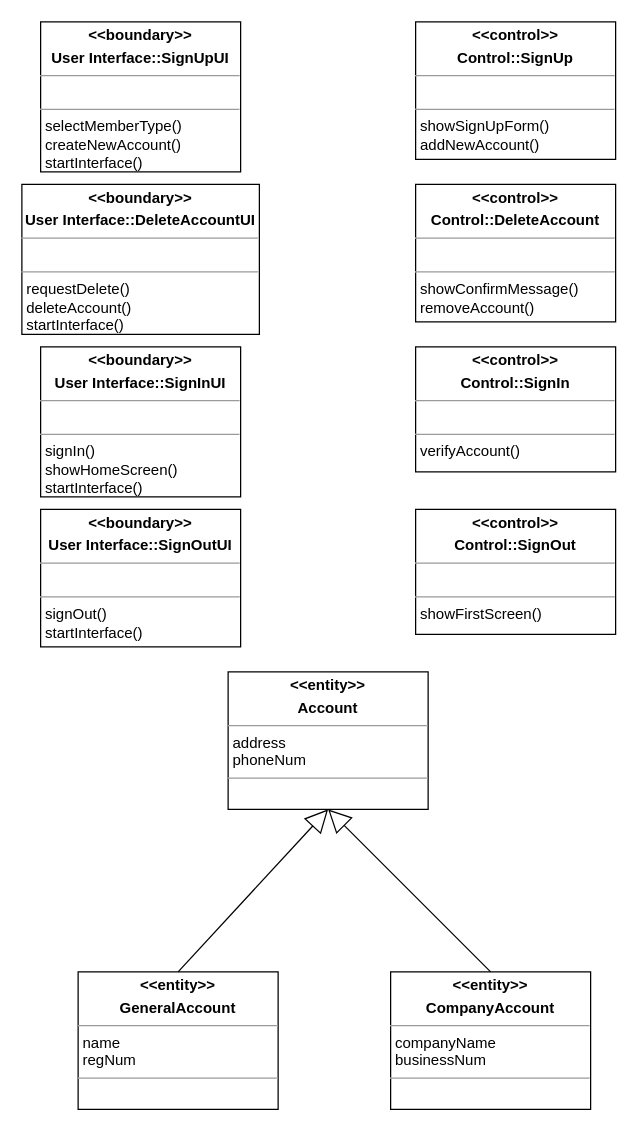
Before: page "Use case class diagram" (2 of 2) of user-auth/user-auth-diagram.drawio in KimTaemin-Git/SE2, a draw.io diagram. Source tidied: cells renumbered, new cells numbered last; positions are measured from the earlier drawing's top-left corner, leaving out a move shared by most shapes. Both pictures are drawn from the tidied source at 125%, with x=0, y=0 at pixel (21, 21).
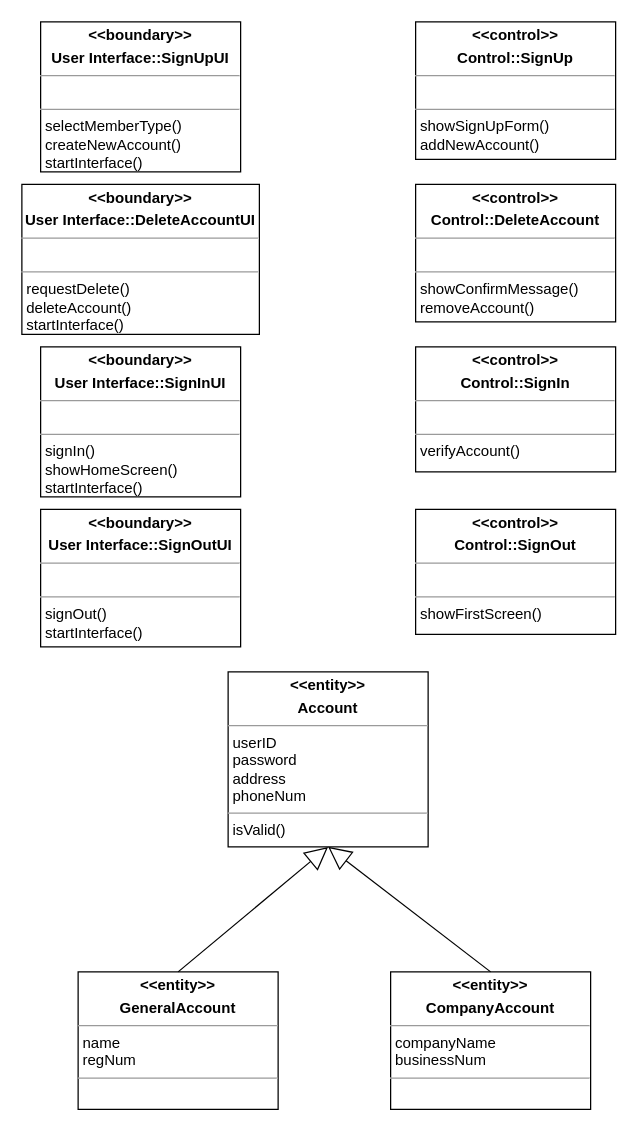
Above is the later version.

The edit, as a diff of the source:
```diff
@@
 <mxGraphModel>
   <root>
     <mxCell id="0" />
     <mxCell id="1" parent="0" />
     <mxCell id="2" value="&lt;p style=&quot;margin:0px;margin-top:4px;text-align:center;&quot;&gt;&lt;b&gt;&amp;lt;&amp;lt;boundary&amp;gt;&amp;gt;&lt;/b&gt;&lt;/p&gt;&lt;p style=&quot;margin:0px;margin-top:4px;text-align:center;&quot;&gt;&lt;b&gt;User Interface::SignUpUI&lt;/b&gt;&lt;/p&gt;&lt;hr size=&quot;1&quot;&gt;&lt;p style=&quot;margin:0px;margin-left:4px;&quot;&gt;&lt;br&gt;&lt;/p&gt;&lt;hr size=&quot;1&quot;&gt;&lt;p style=&quot;margin:0px;margin-left:4px;&quot;&gt;selectMemberType()&lt;/p&gt;&lt;p style=&quot;margin:0px;margin-left:4px;&quot;&gt;createNewAccount()&lt;/p&gt;&lt;p style=&quot;margin:0px;margin-left:4px;&quot;&gt;startInterface()&lt;/p&gt;" style="verticalAlign=top;align=left;overflow=fill;fontSize=12;fontFamily=Helvetica;html=1;whiteSpace=wrap;" parent="1" vertex="1">
       <mxGeometry x="15" width="160" height="120" as="geometry" />
     </mxCell>
     <mxCell id="3" value="&lt;p style=&quot;margin:0px;margin-top:4px;text-align:center;&quot;&gt;&lt;b&gt;&amp;lt;&amp;lt;control&amp;gt;&amp;gt;&lt;/b&gt;&lt;/p&gt;&lt;p style=&quot;margin:0px;margin-top:4px;text-align:center;&quot;&gt;&lt;b&gt;Control::SignUp&lt;/b&gt;&lt;/p&gt;&lt;hr size=&quot;1&quot;&gt;&lt;p style=&quot;margin:0px;margin-left:4px;&quot;&gt;&lt;br&gt;&lt;/p&gt;&lt;hr size=&quot;1&quot;&gt;&lt;p style=&quot;margin:0px;margin-left:4px;&quot;&gt;showSignUpForm()&lt;/p&gt;&lt;p style=&quot;margin:0px;margin-left:4px;&quot;&gt;addNewAccount()&lt;/p&gt;" style="verticalAlign=top;align=left;overflow=fill;fontSize=12;fontFamily=Helvetica;html=1;whiteSpace=wrap;" parent="1" vertex="1">
       <mxGeometry x="315" width="160" height="110" as="geometry" />
     </mxCell>
-    <mxCell id="4" value="&lt;p style=&quot;margin:0px;margin-top:4px;text-align:center;&quot;&gt;&lt;b&gt;&amp;lt;&amp;lt;entity&amp;gt;&amp;gt;&lt;/b&gt;&lt;/p&gt;&lt;p style=&quot;margin:0px;margin-top:4px;text-align:center;&quot;&gt;&lt;b&gt;Account&lt;/b&gt;&lt;/p&gt;&lt;hr size=&quot;1&quot;&gt;&lt;p style=&quot;margin:0px;margin-left:4px;&quot;&gt;address&lt;/p&gt;&lt;p style=&quot;margin:0px;margin-left:4px;&quot;&gt;phoneNum&lt;/p&gt;&lt;hr size=&quot;1&quot;&gt;&lt;p style=&quot;margin:0px;margin-left:4px;&quot;&gt;&lt;br&gt;&lt;/p&gt;" style="verticalAlign=top;align=left;overflow=fill;fontSize=12;fontFamily=Helvetica;html=1;whiteSpace=wrap;" parent="1" vertex="1">
-      <mxGeometry x="165" y="520" width="160" height="110" as="geometry" />
+    <mxCell id="4" value="&lt;p style=&quot;margin:0px;margin-top:4px;text-align:center;&quot;&gt;&lt;b&gt;&amp;lt;&amp;lt;entity&amp;gt;&amp;gt;&lt;/b&gt;&lt;/p&gt;&lt;p style=&quot;margin:0px;margin-top:4px;text-align:center;&quot;&gt;&lt;b&gt;Account&lt;/b&gt;&lt;/p&gt;&lt;hr size=&quot;1&quot;&gt;&lt;p style=&quot;margin:0px;margin-left:4px;&quot;&gt;userID&lt;/p&gt;&lt;p style=&quot;margin:0px;margin-left:4px;&quot;&gt;password&lt;/p&gt;&lt;p style=&quot;margin:0px;margin-left:4px;&quot;&gt;address&lt;/p&gt;&lt;p style=&quot;margin:0px;margin-left:4px;&quot;&gt;phoneNum&lt;/p&gt;&lt;hr size=&quot;1&quot;&gt;&lt;p style=&quot;margin:0px;margin-left:4px;&quot;&gt;isValid()&lt;/p&gt;" style="verticalAlign=top;align=left;overflow=fill;fontSize=12;fontFamily=Helvetica;html=1;whiteSpace=wrap;" parent="1" vertex="1">
+      <mxGeometry x="165" y="520" width="160" height="140" as="geometry" />
     </mxCell>
     <mxCell id="5" value="&lt;p style=&quot;margin:0px;margin-top:4px;text-align:center;&quot;&gt;&lt;b&gt;&amp;lt;&amp;lt;entity&amp;gt;&amp;gt;&lt;/b&gt;&lt;/p&gt;&lt;p style=&quot;margin:0px;margin-top:4px;text-align:center;&quot;&gt;&lt;b&gt;GeneralAccount&lt;/b&gt;&lt;/p&gt;&lt;hr size=&quot;1&quot;&gt;&lt;p style=&quot;margin:0px;margin-left:4px;&quot;&gt;name&lt;/p&gt;&lt;p style=&quot;margin:0px;margin-left:4px;&quot;&gt;regNum&lt;/p&gt;&lt;hr size=&quot;1&quot;&gt;&lt;p style=&quot;margin:0px;margin-left:4px;&quot;&gt;&lt;br&gt;&lt;/p&gt;" style="verticalAlign=top;align=left;overflow=fill;fontSize=12;fontFamily=Helvetica;html=1;whiteSpace=wrap;" parent="1" vertex="1">
       <mxGeometry x="45" y="760" width="160" height="110" as="geometry" />
     </mxCell>
     <mxCell id="6" value="&lt;p style=&quot;margin:0px;margin-top:4px;text-align:center;&quot;&gt;&lt;b&gt;&amp;lt;&amp;lt;entity&amp;gt;&amp;gt;&lt;/b&gt;&lt;/p&gt;&lt;p style=&quot;margin:0px;margin-top:4px;text-align:center;&quot;&gt;&lt;b&gt;CompanyAccount&lt;/b&gt;&lt;/p&gt;&lt;hr size=&quot;1&quot;&gt;&lt;p style=&quot;margin:0px;margin-left:4px;&quot;&gt;companyName&lt;/p&gt;&lt;p style=&quot;margin:0px;margin-left:4px;&quot;&gt;businessNum&lt;/p&gt;&lt;hr size=&quot;1&quot;&gt;&lt;p style=&quot;margin:0px;margin-left:4px;&quot;&gt;&lt;br&gt;&lt;/p&gt;" style="verticalAlign=top;align=left;overflow=fill;fontSize=12;fontFamily=Helvetica;html=1;whiteSpace=wrap;" parent="1" vertex="1">
       <mxGeometry x="295" y="760" width="160" height="110" as="geometry" />
     </mxCell>
     <mxCell id="7" value="&lt;p style=&quot;margin:0px;margin-top:4px;text-align:center;&quot;&gt;&lt;b&gt;&amp;lt;&amp;lt;boundary&amp;gt;&amp;gt;&lt;/b&gt;&lt;/p&gt;&lt;p style=&quot;margin:0px;margin-top:4px;text-align:center;&quot;&gt;&lt;b&gt;User Interface::DeleteAccountUI&lt;/b&gt;&lt;/p&gt;&lt;hr size=&quot;1&quot;&gt;&lt;p style=&quot;margin:0px;margin-left:4px;&quot;&gt;&lt;br&gt;&lt;/p&gt;&lt;hr size=&quot;1&quot;&gt;&lt;p style=&quot;margin:0px;margin-left:4px;&quot;&gt;requestDelete()&lt;/p&gt;&lt;p style=&quot;margin:0px;margin-left:4px;&quot;&gt;deleteAccount()&lt;/p&gt;&lt;p style=&quot;margin:0px;margin-left:4px;&quot;&gt;startInterface()&lt;br&gt;&lt;/p&gt;" style="verticalAlign=top;align=left;overflow=fill;fontSize=12;fontFamily=Helvetica;html=1;whiteSpace=wrap;" parent="1" vertex="1">
       <mxGeometry y="130" width="190" height="120" as="geometry" />
     </mxCell>
     <mxCell id="8" value="&lt;p style=&quot;margin:0px;margin-top:4px;text-align:center;&quot;&gt;&lt;b&gt;&amp;lt;&amp;lt;control&amp;gt;&amp;gt;&lt;/b&gt;&lt;/p&gt;&lt;p style=&quot;margin:0px;margin-top:4px;text-align:center;&quot;&gt;&lt;b&gt;Control::DeleteAccount&lt;/b&gt;&lt;/p&gt;&lt;hr size=&quot;1&quot;&gt;&lt;p style=&quot;margin:0px;margin-left:4px;&quot;&gt;&lt;br&gt;&lt;/p&gt;&lt;hr size=&quot;1&quot;&gt;&lt;p style=&quot;margin:0px;margin-left:4px;&quot;&gt;showConfirmMessage()&lt;/p&gt;&lt;p style=&quot;margin:0px;margin-left:4px;&quot;&gt;removeAccount()&lt;/p&gt;" style="verticalAlign=top;align=left;overflow=fill;fontSize=12;fontFamily=Helvetica;html=1;whiteSpace=wrap;" parent="1" vertex="1">
       <mxGeometry x="315" y="130" width="160" height="110" as="geometry" />
     </mxCell>
     <mxCell id="9" value="&lt;p style=&quot;margin:0px;margin-top:4px;text-align:center;&quot;&gt;&lt;b&gt;&amp;lt;&amp;lt;boundary&amp;gt;&amp;gt;&lt;/b&gt;&lt;/p&gt;&lt;p style=&quot;margin:0px;margin-top:4px;text-align:center;&quot;&gt;&lt;b&gt;User Interface::SignInUI&lt;/b&gt;&lt;/p&gt;&lt;hr size=&quot;1&quot;&gt;&lt;p style=&quot;margin:0px;margin-left:4px;&quot;&gt;&lt;br&gt;&lt;/p&gt;&lt;hr size=&quot;1&quot;&gt;&lt;p style=&quot;margin:0px;margin-left:4px;&quot;&gt;signIn()&lt;/p&gt;&lt;p style=&quot;margin:0px;margin-left:4px;&quot;&gt;showHomeScreen()&lt;br&gt;&lt;/p&gt;&lt;p style=&quot;margin:0px;margin-left:4px;&quot;&gt;startInterface()&lt;br&gt;&lt;/p&gt;" style="verticalAlign=top;align=left;overflow=fill;fontSize=12;fontFamily=Helvetica;html=1;whiteSpace=wrap;" parent="1" vertex="1">
       <mxGeometry x="15" y="260" width="160" height="120" as="geometry" />
     </mxCell>
     <mxCell id="10" value="&lt;p style=&quot;margin:0px;margin-top:4px;text-align:center;&quot;&gt;&lt;b&gt;&amp;lt;&amp;lt;control&amp;gt;&amp;gt;&lt;/b&gt;&lt;/p&gt;&lt;p style=&quot;margin:0px;margin-top:4px;text-align:center;&quot;&gt;&lt;b&gt;Control::SignIn&lt;/b&gt;&lt;/p&gt;&lt;hr size=&quot;1&quot;&gt;&lt;p style=&quot;margin:0px;margin-left:4px;&quot;&gt;&lt;br&gt;&lt;/p&gt;&lt;hr size=&quot;1&quot;&gt;&lt;p style=&quot;margin:0px;margin-left:4px;&quot;&gt;verifyAccount()&lt;/p&gt;" style="verticalAlign=top;align=left;overflow=fill;fontSize=12;fontFamily=Helvetica;html=1;whiteSpace=wrap;" parent="1" vertex="1">
       <mxGeometry x="315" y="260" width="160" height="100" as="geometry" />
     </mxCell>
     <mxCell id="11" value="&lt;p style=&quot;margin:0px;margin-top:4px;text-align:center;&quot;&gt;&lt;b&gt;&amp;lt;&amp;lt;boundary&amp;gt;&amp;gt;&lt;/b&gt;&lt;/p&gt;&lt;p style=&quot;margin:0px;margin-top:4px;text-align:center;&quot;&gt;&lt;b&gt;User Interface::SignOutUI&lt;/b&gt;&lt;/p&gt;&lt;hr size=&quot;1&quot;&gt;&lt;p style=&quot;margin:0px;margin-left:4px;&quot;&gt;&lt;br&gt;&lt;/p&gt;&lt;hr size=&quot;1&quot;&gt;&lt;p style=&quot;margin:0px;margin-left:4px;&quot;&gt;signOut()&lt;/p&gt;&lt;p style=&quot;margin:0px;margin-left:4px;&quot;&gt;startInterface()&lt;br&gt;&lt;/p&gt;" style="verticalAlign=top;align=left;overflow=fill;fontSize=12;fontFamily=Helvetica;html=1;whiteSpace=wrap;" parent="1" vertex="1">
       <mxGeometry x="15" y="390" width="160" height="110" as="geometry" />
     </mxCell>
     <mxCell id="12" value="&lt;p style=&quot;margin:0px;margin-top:4px;text-align:center;&quot;&gt;&lt;b&gt;&amp;lt;&amp;lt;control&amp;gt;&amp;gt;&lt;/b&gt;&lt;/p&gt;&lt;p style=&quot;margin:0px;margin-top:4px;text-align:center;&quot;&gt;&lt;b&gt;Control::SignOut&lt;/b&gt;&lt;/p&gt;&lt;hr size=&quot;1&quot;&gt;&lt;p style=&quot;margin:0px;margin-left:4px;&quot;&gt;&lt;br&gt;&lt;/p&gt;&lt;hr size=&quot;1&quot;&gt;&lt;p style=&quot;margin:0px;margin-left:4px;&quot;&gt;showFirstScreen()&lt;/p&gt;" style="verticalAlign=top;align=left;overflow=fill;fontSize=12;fontFamily=Helvetica;html=1;whiteSpace=wrap;" parent="1" vertex="1">
       <mxGeometry x="315" y="390" width="160" height="100" as="geometry" />
     </mxCell>
     <mxCell id="13" style="endArrow=block;endSize=16;endFill=0;html=1;rounded=0;entryX=0.5;entryY=1;entryDx=0;entryDy=0;exitX=0.5;exitY=0;exitDx=0;exitDy=0;" parent="1" edge="1" source="5" target="4">
       <mxGeometry relative="1" as="geometry" />
     </mxCell>
     <mxCell id="14" style="endArrow=block;endSize=16;endFill=0;html=1;rounded=0;entryX=0.5;entryY=1;entryDx=0;entryDy=0;exitX=0.5;exitY=0;exitDx=0;exitDy=0;" parent="1" edge="1" source="6" target="4">
       <mxGeometry relative="1" as="geometry" />
     </mxCell>
   </root>
 </mxGraphModel>
```
